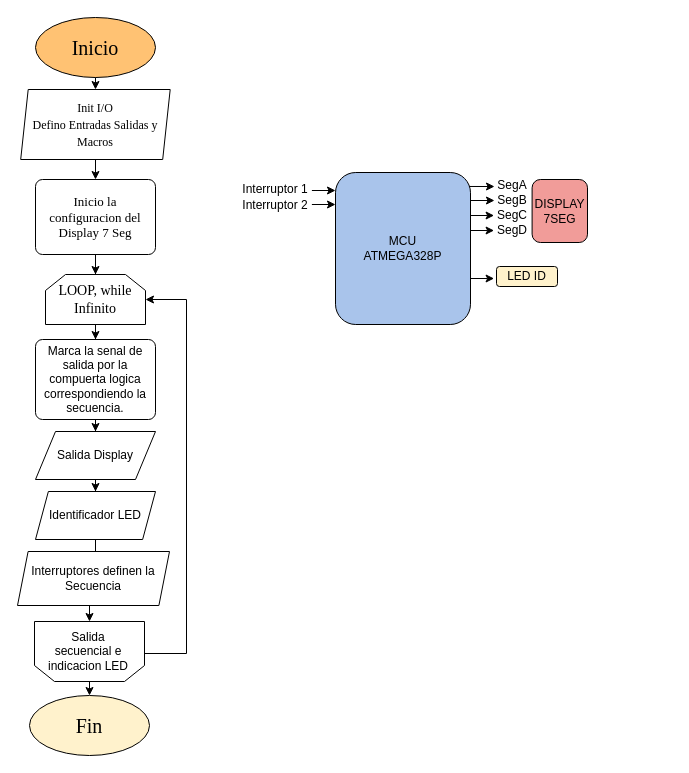
Before: Untitled Diagram.drawio in AmbrizPapo/Ambriz-Pablo, a draw.io diagram. Source tidied: cells renumbered, new cells numbered last; positions are measured from the earlier drawing's top-left corner, leaving out a move shared by most shapes. Both pictures are drawn from the tidied source at 100%, with x=0, y=0 at pixel (17, 17).
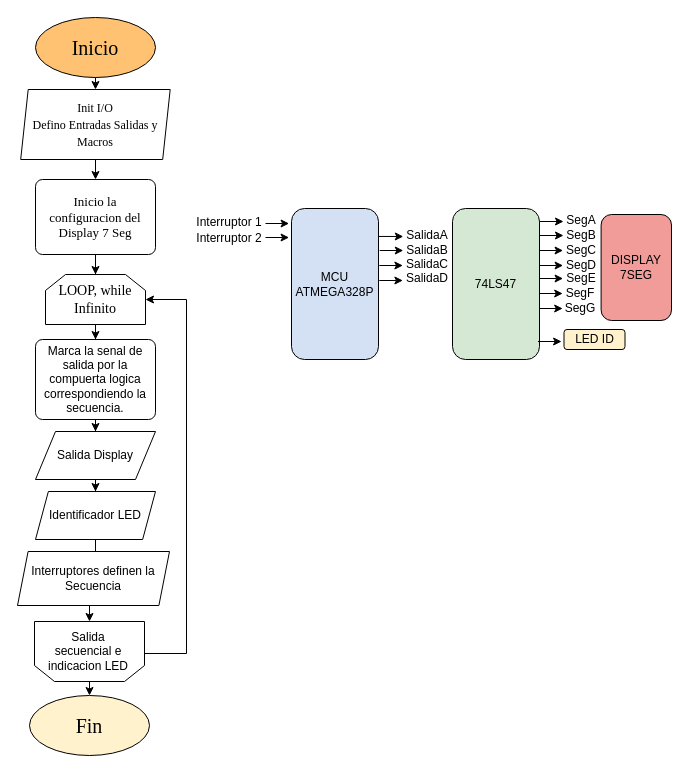
After the change.

Change to the diagram source:
```diff
@@
-    <mxCell id="18" style="endArrow=classic;html=1;exitX=0.956;exitY=0.092;exitDx=0;exitDy=0;exitPerimeter=0;" parent="1" edge="1" source="19">
+    <mxCell id="18" style="endArrow=classic;html=1;" parent="1" edge="1">
       <mxGeometry relative="1" as="geometry">
-        <mxPoint x="477" y="169" as="targetPoint" />
+        <mxPoint x="518" y="204" as="sourcePoint" />
+        <mxPoint x="546" y="204" as="targetPoint" />
       </mxGeometry>
     </mxCell>
-    <mxCell id="19" value="MCU&lt;br&gt;&lt;div&gt;ATMEGA328P&lt;/div&gt;" style="rounded=1;whiteSpace=wrap;html=1;fillColor=#A9C4EB;" parent="1" vertex="1">
-      <mxGeometry x="318" y="155" width="135" height="152" as="geometry" />
+    <mxCell id="19" value="74LS47" style="rounded=1;whiteSpace=wrap;html=1;fillColor=#D5E8D4;" parent="1" vertex="1">
+      <mxGeometry x="435" y="191" width="87" height="151" as="geometry" />
     </mxCell>
     <mxCell id="20" value="SegA" style="text;html=1;strokeColor=none;fillColor=none;align=center;verticalAlign=middle;whiteSpace=wrap;rounded=0;" parent="1" vertex="1">
-      <mxGeometry x="475" y="158" width="40" height="20" as="geometry" />
+      <mxGeometry x="544" y="193" width="40" height="20" as="geometry" />
     </mxCell>
     <mxCell id="21" style="endArrow=classic;html=1;exitX=1.003;exitY=0.191;exitDx=0;exitDy=0;exitPerimeter=0;" parent="1" edge="1">
       <mxGeometry relative="1" as="geometry">
-        <mxPoint x="453.4" y="183" as="sourcePoint" />
-        <mxPoint x="477" y="183" as="targetPoint" />
+        <mxPoint x="522.4" y="218" as="sourcePoint" />
+        <mxPoint x="546" y="218" as="targetPoint" />
         <Array as="points">
-          <mxPoint x="453" y="183" />
+          <mxPoint x="522" y="218" />
         </Array>
       </mxGeometry>
     </mxCell>
     <mxCell id="22" value="SegB" style="text;html=1;strokeColor=none;fillColor=none;align=center;verticalAlign=middle;whiteSpace=wrap;rounded=0;" parent="1" vertex="1">
-      <mxGeometry x="475" y="173" width="40" height="20" as="geometry" />
+      <mxGeometry x="544" y="208" width="40" height="20" as="geometry" />
     </mxCell>
     <mxCell id="23" style="endArrow=classic;html=1;exitX=1.003;exitY=0.191;exitDx=0;exitDy=0;exitPerimeter=0;" parent="1" edge="1">
       <mxGeometry relative="1" as="geometry">
-        <mxPoint x="453" y="198" as="sourcePoint" />
-        <mxPoint x="476.6" y="198" as="targetPoint" />
+        <mxPoint x="522" y="233" as="sourcePoint" />
+        <mxPoint x="545.6" y="233" as="targetPoint" />
       </mxGeometry>
     </mxCell>
     <mxCell id="24" value="SegC" style="text;html=1;strokeColor=none;fillColor=none;align=center;verticalAlign=middle;whiteSpace=wrap;rounded=0;" parent="1" vertex="1">
-      <mxGeometry x="474.6" y="188" width="40" height="20" as="geometry" />
+      <mxGeometry x="543.6" y="223" width="40" height="20" as="geometry" />
     </mxCell>
     <mxCell id="25" style="endArrow=classic;html=1;exitX=1.003;exitY=0.191;exitDx=0;exitDy=0;exitPerimeter=0;" parent="1" edge="1">
       <mxGeometry relative="1" as="geometry">
-        <mxPoint x="453" y="213" as="sourcePoint" />
-        <mxPoint x="476.6" y="213" as="targetPoint" />
+        <mxPoint x="522" y="248" as="sourcePoint" />
+        <mxPoint x="545.6" y="248" as="targetPoint" />
       </mxGeometry>
     </mxCell>
     <mxCell id="26" value="SegD" style="text;html=1;strokeColor=none;fillColor=none;align=center;verticalAlign=middle;whiteSpace=wrap;rounded=0;" parent="1" vertex="1">
-      <mxGeometry x="474.6" y="203" width="40.4" height="20" as="geometry" />
+      <mxGeometry x="543.6" y="238" width="40.4" height="20" as="geometry" />
     </mxCell>
     <mxCell id="27" style="endArrow=classic;html=1;exitX=1.003;exitY=0.191;exitDx=0;exitDy=0;exitPerimeter=0;" parent="1" edge="1">
       <mxGeometry relative="1" as="geometry">
-        <mxPoint x="294.4" y="173" as="sourcePoint" />
-        <mxPoint x="318" y="173" as="targetPoint" />
+        <mxPoint x="248" y="206" as="sourcePoint" />
+        <mxPoint x="271.6" y="206" as="targetPoint" />
       </mxGeometry>
     </mxCell>
     <mxCell id="28" style="endArrow=classic;html=1;exitX=1.003;exitY=0.191;exitDx=0;exitDy=0;exitPerimeter=0;" parent="1" edge="1">
       <mxGeometry relative="1" as="geometry">
-        <mxPoint x="294.4" y="187" as="sourcePoint" />
-        <mxPoint x="318" y="187" as="targetPoint" />
+        <mxPoint x="248" y="220" as="sourcePoint" />
+        <mxPoint x="271.6" y="220" as="targetPoint" />
       </mxGeometry>
     </mxCell>
     <mxCell id="29" value="&lt;div&gt;DISPLAY&lt;br&gt;&lt;/div&gt;&lt;div&gt;7SEG&lt;/div&gt;" style="rounded=1;whiteSpace=wrap;html=1;fillColor=#F19C99;" parent="1" vertex="1">
-      <mxGeometry x="514.6" y="162" width="55.4" height="63" as="geometry" />
+      <mxGeometry x="583.6" y="197" width="70.4" height="106" as="geometry" />
     </mxCell>
     <mxCell id="30" style="endArrow=classic;html=1;exitX=1.003;exitY=0.191;exitDx=0;exitDy=0;exitPerimeter=0;" parent="1" edge="1">
       <mxGeometry relative="1" as="geometry">
-        <mxPoint x="453" y="261" as="sourcePoint" />
-        <mxPoint x="476.6" y="261" as="targetPoint" />
+        <mxPoint x="520.5" y="324" as="sourcePoint" />
+        <mxPoint x="544.1" y="324" as="targetPoint" />
       </mxGeometry>
     </mxCell>
     <mxCell id="31" value="LED ID" style="rounded=1;whiteSpace=wrap;html=1;fillColor=#FFF2CC;" parent="1" vertex="1">
-      <mxGeometry x="479" y="249" width="61" height="20" as="geometry" />
+      <mxGeometry x="546.5" y="312" width="61" height="20" as="geometry" />
     </mxCell>
@@
     <mxCell id="37" value="Interruptor 1" style="text;html=1;strokeColor=none;fillColor=none;align=center;verticalAlign=middle;whiteSpace=wrap;rounded=0;" parent="1" vertex="1">
-      <mxGeometry x="221.4" y="162" width="74" height="20" as="geometry" />
+      <mxGeometry x="175" y="195" width="74" height="20" as="geometry" />
     </mxCell>
     <mxCell id="38" value="Interruptor 2" style="text;html=1;strokeColor=none;fillColor=none;align=center;verticalAlign=middle;whiteSpace=wrap;rounded=0;" parent="1" vertex="1">
-      <mxGeometry x="221.4" y="178" width="74" height="20" as="geometry" />
+      <mxGeometry x="175" y="211" width="74" height="20" as="geometry" />
     </mxCell>
+    <mxCell id="39" style="endArrow=classic;html=1;exitX=1.003;exitY=0.191;exitDx=0;exitDy=0;exitPerimeter=0;" parent="1" edge="1">
+      <mxGeometry relative="1" as="geometry">
+        <mxPoint x="522" y="261" as="sourcePoint" />
+        <mxPoint x="545.6" y="261" as="targetPoint" />
+        <Array as="points">
+          <mxPoint x="521.6" y="261" />
+        </Array>
+      </mxGeometry>
+    </mxCell>
+    <mxCell id="40" value="SegE" style="text;html=1;strokeColor=none;fillColor=none;align=center;verticalAlign=middle;whiteSpace=wrap;rounded=0;" parent="1" vertex="1">
+      <mxGeometry x="543.6" y="251" width="40" height="20" as="geometry" />
+    </mxCell>
+    <mxCell id="41" style="endArrow=classic;html=1;exitX=1.003;exitY=0.191;exitDx=0;exitDy=0;exitPerimeter=0;" parent="1" edge="1">
+      <mxGeometry relative="1" as="geometry">
+        <mxPoint x="521.6" y="276" as="sourcePoint" />
+        <mxPoint x="545.2" y="276" as="targetPoint" />
+      </mxGeometry>
+    </mxCell>
+    <mxCell id="42" value="SegF" style="text;html=1;strokeColor=none;fillColor=none;align=center;verticalAlign=middle;whiteSpace=wrap;rounded=0;" parent="1" vertex="1">
+      <mxGeometry x="543.2" y="266" width="40" height="20" as="geometry" />
+    </mxCell>
+    <mxCell id="43" style="endArrow=classic;html=1;exitX=1.003;exitY=0.191;exitDx=0;exitDy=0;exitPerimeter=0;" parent="1" edge="1">
+      <mxGeometry relative="1" as="geometry">
+        <mxPoint x="521.6" y="291" as="sourcePoint" />
+        <mxPoint x="545.2" y="291" as="targetPoint" />
+      </mxGeometry>
+    </mxCell>
+    <mxCell id="44" value="SegG" style="text;html=1;strokeColor=none;fillColor=none;align=center;verticalAlign=middle;whiteSpace=wrap;rounded=0;" parent="1" vertex="1">
+      <mxGeometry x="543.2" y="281" width="40.4" height="20" as="geometry" />
+    </mxCell>
+    <mxCell id="45" value="MCU&lt;br&gt;&lt;div&gt;ATMEGA328P&lt;/div&gt;" style="rounded=1;whiteSpace=wrap;html=1;fillColor=#D4E1F5;" parent="1" vertex="1">
+      <mxGeometry x="274" y="191" width="87" height="151" as="geometry" />
+    </mxCell>
+    <mxCell id="46" style="endArrow=classic;html=1;exitX=1;exitY=0.185;exitDx=0;exitDy=0;exitPerimeter=0;" parent="1" edge="1" source="45">
+      <mxGeometry relative="1" as="geometry">
+        <mxPoint x="385.8" y="219" as="targetPoint" />
+      </mxGeometry>
+    </mxCell>
+    <mxCell id="47" value="SalidaA" style="text;html=1;strokeColor=none;fillColor=none;align=center;verticalAlign=middle;whiteSpace=wrap;rounded=0;" parent="1" vertex="1">
+      <mxGeometry x="389.8" y="208" width="40" height="20" as="geometry" />
+    </mxCell>
+    <mxCell id="48" style="endArrow=classic;html=1;exitX=1.003;exitY=0.191;exitDx=0;exitDy=0;exitPerimeter=0;" parent="1" edge="1">
+      <mxGeometry relative="1" as="geometry">
+        <mxPoint x="362.2" y="233" as="sourcePoint" />
+        <mxPoint x="385.8" y="233" as="targetPoint" />
+        <Array as="points">
+          <mxPoint x="361.8" y="233" />
+        </Array>
+      </mxGeometry>
+    </mxCell>
+    <mxCell id="49" style="endArrow=classic;html=1;exitX=1.003;exitY=0.191;exitDx=0;exitDy=0;exitPerimeter=0;" parent="1" edge="1">
+      <mxGeometry relative="1" as="geometry">
+        <mxPoint x="361.8" y="248" as="sourcePoint" />
+        <mxPoint x="385.4" y="248" as="targetPoint" />
+      </mxGeometry>
+    </mxCell>
+    <mxCell id="50" style="endArrow=classic;html=1;exitX=1.003;exitY=0.191;exitDx=0;exitDy=0;exitPerimeter=0;" parent="1" edge="1">
+      <mxGeometry relative="1" as="geometry">
+        <mxPoint x="361.8" y="263" as="sourcePoint" />
+        <mxPoint x="385.4" y="263" as="targetPoint" />
+      </mxGeometry>
+    </mxCell>
+    <mxCell id="51" value="SalidaB" style="text;html=1;strokeColor=none;fillColor=none;align=center;verticalAlign=middle;whiteSpace=wrap;rounded=0;" parent="1" vertex="1">
+      <mxGeometry x="389.8" y="223" width="40" height="20" as="geometry" />
+    </mxCell>
+    <mxCell id="52" value="SalidaC" style="text;html=1;strokeColor=none;fillColor=none;align=center;verticalAlign=middle;whiteSpace=wrap;rounded=0;" parent="1" vertex="1">
+      <mxGeometry x="389.8" y="237" width="40" height="20" as="geometry" />
+    </mxCell>
+    <mxCell id="53" value="SalidaD" style="text;html=1;strokeColor=none;fillColor=none;align=center;verticalAlign=middle;whiteSpace=wrap;rounded=0;" parent="1" vertex="1">
+      <mxGeometry x="389.8" y="251" width="40" height="20" as="geometry" />
+    </mxCell>
```
